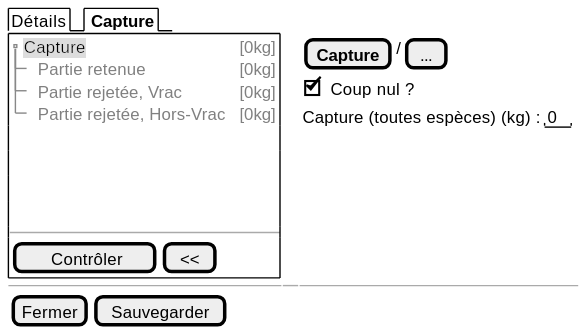
Above: projects/obsmer/spe/images/batch/batch-tree-null.svg in sumaris-net/sumaris-doc (PlantUML), before the change.
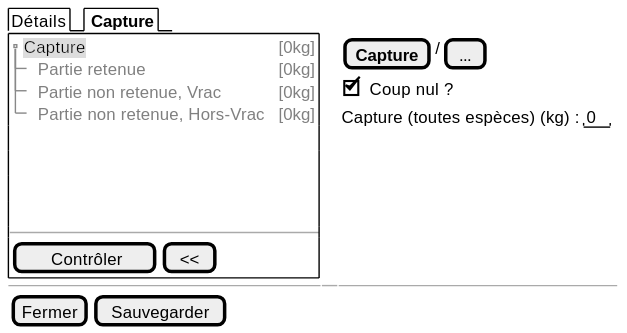
The same diagram one commit later.

What changed in the source:
```diff
@@ -5,8 +5,8 @@
     {T
          + <back:#DDD>Capture         | <color:grey>[0kg]
          ++ <color:grey>Partie retenue      | <color:grey>[0kg]
-         ++ <color:grey>Partie rejetée, Vrac      | <color:grey>[0kg]
-         ++ <color:grey>Partie rejetée, Hors-Vrac | <color:grey>[0kg]
+         ++ <color:grey>Partie non retenue, Vrac      | <color:grey>[0kg]
+         ++ <color:grey>Partie non retenue, Hors-Vrac | <color:grey>[0kg]
     }
     .
     .
```
